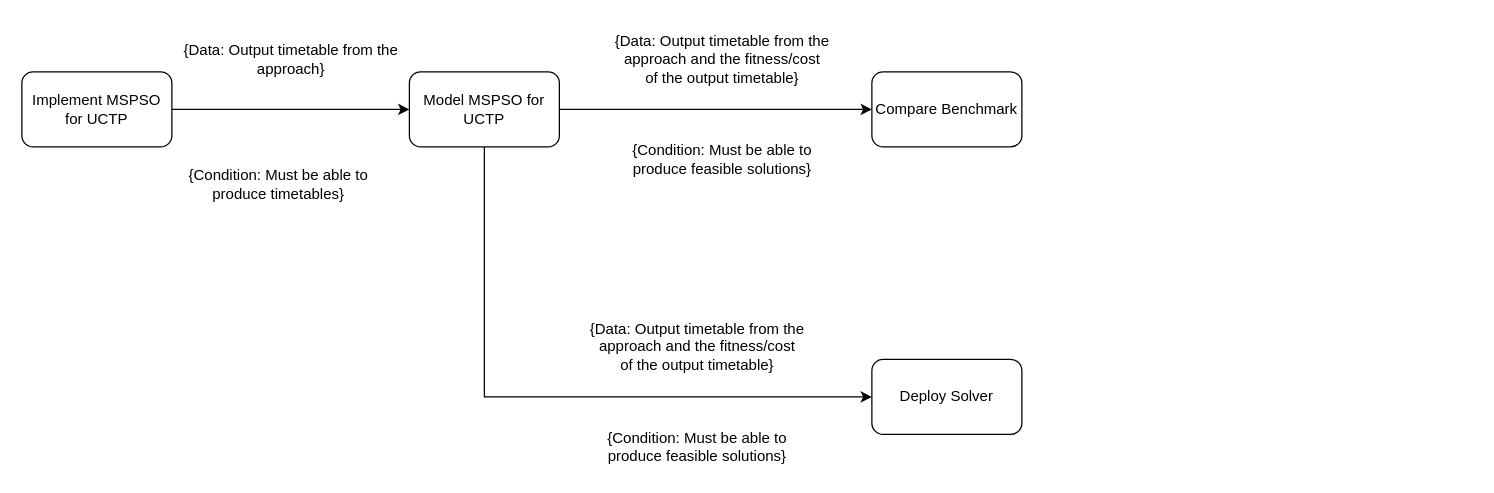
This is map of precedence.drawio from Gian44/skeleton-manuscript, a draw.io file, before an edit. Source tidied: cells renumbered, new cells numbered last; positions are measured from the earlier drawing's top-left corner, leaving out a move shared by most shapes. Both pictures are drawn from the tidied source at 125%, with x=0, y=0 at pixel (21, 21).
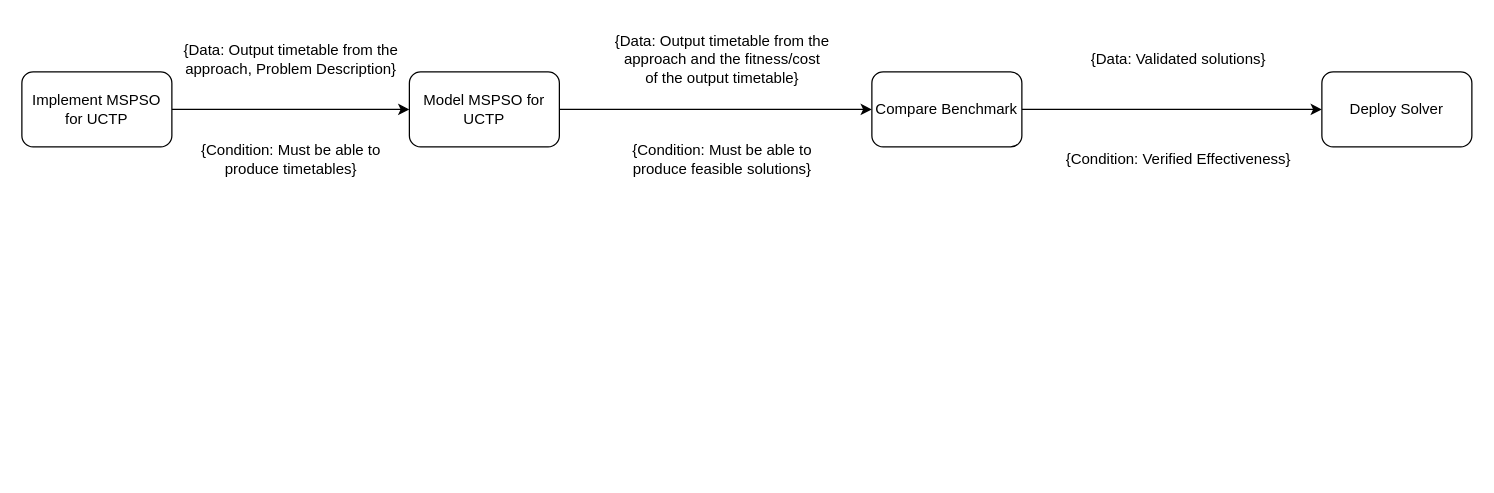
The same diagram, later.

Diff of the diagram source:
```diff
@@
 <mxGraphModel>
   <root>
     <mxCell id="0" />
     <mxCell id="1" parent="0" />
     <mxCell id="2" style="edgeStyle=orthogonalEdgeStyle;rounded=0;jettySize=auto;html=1;entryX=0;entryY=0.5;entryDx=0;entryDy=0;" parent="1" edge="1" source="3" target="5">
       <mxGeometry relative="1" as="geometry" />
     </mxCell>
     <mxCell id="3" value="Implement MSPSO for UCTP" style="rounded=1;whiteSpace=wrap;html=1;" parent="1" vertex="1">
       <mxGeometry y="40" width="120" height="60" as="geometry" />
     </mxCell>
     <mxCell id="4" style="edgeStyle=orthogonalEdgeStyle;rounded=0;jettySize=auto;html=1;" parent="1" edge="1" source="5" target="6">
       <mxGeometry relative="1" as="geometry" />
     </mxCell>
     <mxCell id="5" value="Model MSPSO for UCTP" style="rounded=1;whiteSpace=wrap;html=1;" parent="1" vertex="1">
       <mxGeometry x="310" y="40" width="120" height="60" as="geometry" />
     </mxCell>
+    <mxCell id="15" style="edgeStyle=orthogonalEdgeStyle;rounded=0;jettySize=auto;html=1;" parent="1" edge="1" source="6" target="7">
+      <mxGeometry relative="1" as="geometry" />
+    </mxCell>
     <mxCell id="6" value="Compare Benchmark" style="rounded=1;whiteSpace=wrap;html=1;" parent="1" vertex="1">
       <mxGeometry x="680" y="40" width="120" height="60" as="geometry" />
     </mxCell>
     <mxCell id="7" value="Deploy Solver" style="rounded=1;whiteSpace=wrap;html=1;" parent="1" vertex="1">
-      <mxGeometry x="680" y="270" width="120" height="60" as="geometry" />
+      <mxGeometry x="1040" y="40" width="120" height="60" as="geometry" />
     </mxCell>
     <mxCell id="8" value="{Data: Output timetable from the &lt;br&gt;approach and the fitness/cost &lt;br&gt;of the output timetable}" style="text;html=1;align=center;verticalAlign=middle;strokeColor=none;fillColor=none;" parent="1" vertex="1">
       <mxGeometry x="465" width="190" height="60" as="geometry" />
     </mxCell>
     <mxCell id="9" value="{Condition: Must be able to &lt;br&gt;produce timetables}" style="text;html=1;align=center;verticalAlign=middle;strokeColor=none;fillColor=none;" parent="1" vertex="1">
-      <mxGeometry x="120" y="110" width="170" height="40" as="geometry" />
+      <mxGeometry x="130" y="90" width="170" height="40" as="geometry" />
     </mxCell>
-    <mxCell id="10" value="{Data: Output timetable from the &lt;br&gt;approach}" style="text;html=1;align=center;verticalAlign=middle;strokeColor=none;fillColor=none;" parent="1" vertex="1">
-      <mxGeometry x="120" y="10" width="190" height="40" as="geometry" />
+    <mxCell id="10" value="{Data: Output timetable from the &lt;br&gt;approach, Problem Description}" style="text;html=1;align=center;verticalAlign=middle;strokeColor=none;fillColor=none;" parent="1" vertex="1">
+      <mxGeometry x="120" y="15" width="190" height="30" as="geometry" />
     </mxCell>
     <mxCell id="11" value="{Condition: Must be able to &lt;br&gt;produce feasible solutions}" style="text;html=1;align=center;verticalAlign=middle;strokeColor=none;fillColor=none;" parent="1" vertex="1">
       <mxGeometry x="475" y="90" width="170" height="40" as="geometry" />
     </mxCell>
-    <mxCell id="12" style="edgeStyle=orthogonalEdgeStyle;rounded=0;jettySize=auto;html=1;exitX=0.5;exitY=1;exitDx=0;exitDy=0;entryX=0;entryY=0.5;entryDx=0;entryDy=0;" parent="1" edge="1" source="5" target="7">
-      <mxGeometry relative="1" as="geometry">
-        <Array as="points">
-          <mxPoint x="370" y="300" />
-        </Array>
-      </mxGeometry>
-    </mxCell>
-    <mxCell id="13" value="{Data: Output timetable from the &lt;br&gt;approach and the fitness/cost &lt;br&gt;of the output timetable}" style="text;html=1;align=center;verticalAlign=middle;strokeColor=none;fillColor=none;" parent="1" vertex="1">
-      <mxGeometry x="445" y="230" width="190" height="60" as="geometry" />
+    <mxCell id="13" value="{Data: Validated solutions}" style="text;html=1;align=center;verticalAlign=middle;strokeColor=none;fillColor=none;" parent="1" vertex="1">
+      <mxGeometry x="845" y="20" width="160" height="20" as="geometry" />
     </mxCell>
-    <mxCell id="14" value="{Condition: Must be able to &lt;br&gt;produce feasible solutions}" style="text;html=1;align=center;verticalAlign=middle;strokeColor=none;fillColor=none;" parent="1" vertex="1">
-      <mxGeometry x="455" y="320" width="170" height="40" as="geometry" />
+    <mxCell id="14" value="{Condition: Verified Effectiveness}" style="text;html=1;align=center;verticalAlign=middle;strokeColor=none;fillColor=none;" parent="1" vertex="1">
+      <mxGeometry x="825" y="100" width="200" height="20" as="geometry" />
     </mxCell>
   </root>
 </mxGraphModel>
```
